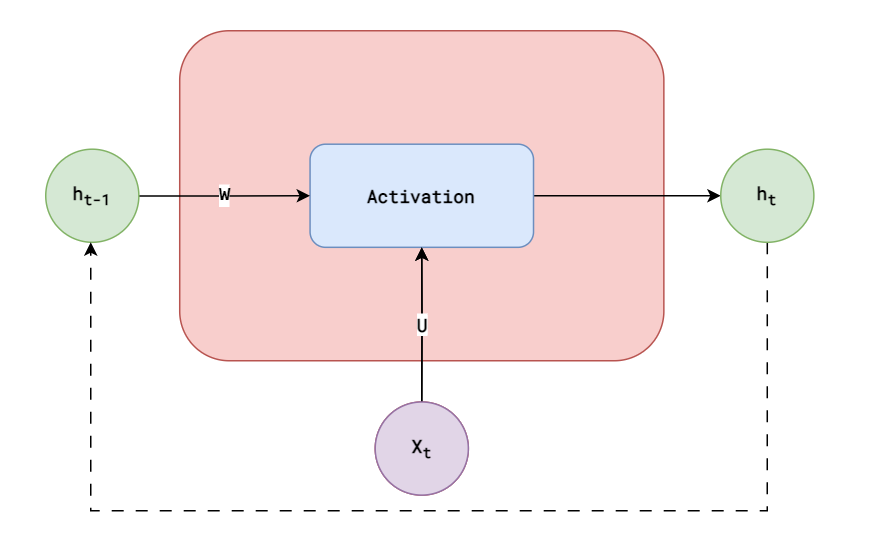
This is RNN/images/RNN_rolled.png from gokullan/machine-learning, a draw.io export, as it was before one commit. Source tidied: cells renumbered, new cells last; positions are measured from the earlier drawing's top-left corner, leaving out a move shared by most shapes.
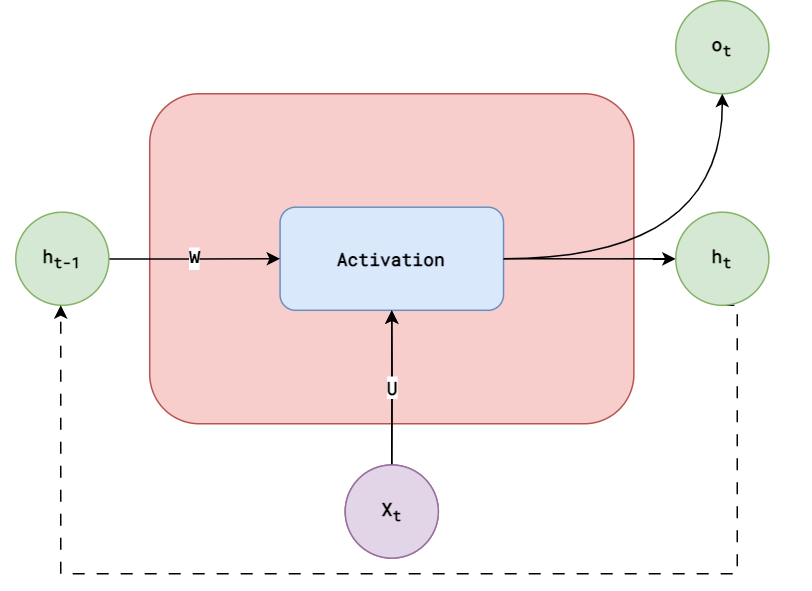
Above is the later version.

Change to the diagram source:
```diff
@@ -8,7 +8,7 @@
     <mxCell id="3" style="rounded=1;whiteSpace=wrap;html=1;fillColor=#f8cecc;fontFamily=Roboto Mono;fontSource=https%3A%2F%2Ffonts.googleapis.com%2Fcss%3Ffamily%3DRoboto%2BMono;strokeColor=#b85450;fontStyle=1;" parent="2" vertex="1">
       <mxGeometry x="99.3" width="322.8" height="220" as="geometry" />
     </mxCell>
-    <mxCell id="4" style="edgeStyle=orthogonalEdgeStyle;rounded=0;jettySize=auto;html=1;entryX=0;entryY=0.5;entryDx=0;entryDy=0;" parent="2" edge="1" source="5" target="11">
+    <mxCell id="4" style="edgeStyle=orthogonalEdgeStyle;jettySize=auto;html=1;curved=1;" parent="2" edge="1" source="5" target="11">
       <mxGeometry relative="1" as="geometry" />
     </mxCell>
     <mxCell id="5" value="Activation" style="rounded=1;whiteSpace=wrap;html=1;fontFamily=Roboto Mono;fontSource=https%3A%2F%2Ffonts.googleapis.com%2Fcss%3Ffamily%3DRoboto%2BMono;fillColor=#dae8fc;strokeColor=#6c8ebf;fontStyle=1;" parent="2" vertex="1">
@@ -38,8 +38,8 @@
         </Array>
       </mxGeometry>
     </mxCell>
-    <mxCell id="11" value="h&lt;sub&gt;t&lt;/sub&gt;" style="ellipse;whiteSpace=wrap;html=1;fontFamily=Roboto Mono;fontSource=https%3A%2F%2Ffonts.googleapis.com%2Fcss%3Ffamily%3DRoboto%2BMono;fillColor=#d5e8d4;strokeColor=#82b366;fontStyle=1;" parent="2" vertex="1">
-      <mxGeometry x="460" y="79" width="62.1" height="62.1" as="geometry" />
+    <mxCell id="11" value="h&lt;sub style=&quot;border-color: var(--border-color);&quot;&gt;t&lt;/sub&gt;" style="ellipse;whiteSpace=wrap;html=1;fontFamily=Roboto Mono;fontSource=https%3A%2F%2Ffonts.googleapis.com%2Fcss%3Ffamily%3DRoboto%2BMono;fillColor=#d5e8d4;strokeColor=#82b366;fontStyle=1;" parent="2" vertex="1">
+      <mxGeometry x="450" y="79" width="62.1" height="62.1" as="geometry" />
     </mxCell>
     <mxCell id="12" value="U" style="edgeStyle=orthogonalEdgeStyle;rounded=0;jettySize=auto;html=1;entryX=0.5;entryY=1;entryDx=0;entryDy=0;fontFamily=Roboto Mono;fontSource=https%3A%2F%2Ffonts.googleapis.com%2Fcss%3Ffamily%3DRoboto%2BMono;fontStyle=1;fontSize=12;" parent="2" edge="1" source="13">
       <mxGeometry relative="1" as="geometry">
@@ -49,5 +49,11 @@
     <mxCell id="13" value="X&lt;sub&gt;t&lt;/sub&gt;" style="ellipse;whiteSpace=wrap;html=1;fontFamily=Roboto Mono;fontSource=https%3A%2F%2Ffonts.googleapis.com%2Fcss%3Ffamily%3DRoboto%2BMono;fillColor=#e1d5e7;strokeColor=#9673a6;fontStyle=1;" parent="2" vertex="1">
       <mxGeometry x="229.7" y="247.5" width="62.1" height="62.1" as="geometry" />
     </mxCell>
+    <mxCell id="14" value="o&lt;sub style=&quot;border-color: var(--border-color);&quot;&gt;t&lt;/sub&gt;" style="ellipse;whiteSpace=wrap;html=1;fontFamily=Roboto Mono;fontSource=https%3A%2F%2Ffonts.googleapis.com%2Fcss%3Ffamily%3DRoboto%2BMono;fillColor=#d5e8d4;strokeColor=#82b366;fontStyle=1;" parent="1" vertex="1">
+      <mxGeometry x="450" y="-62.1" width="62.1" height="62.1" as="geometry" />
+    </mxCell>
+    <mxCell id="15" style="edgeStyle=orthogonalEdgeStyle;jettySize=auto;html=1;curved=1;" parent="1" edge="1" source="5" target="14">
+      <mxGeometry relative="1" as="geometry" />
+    </mxCell>
   </root>
 </mxGraphModel>
```
